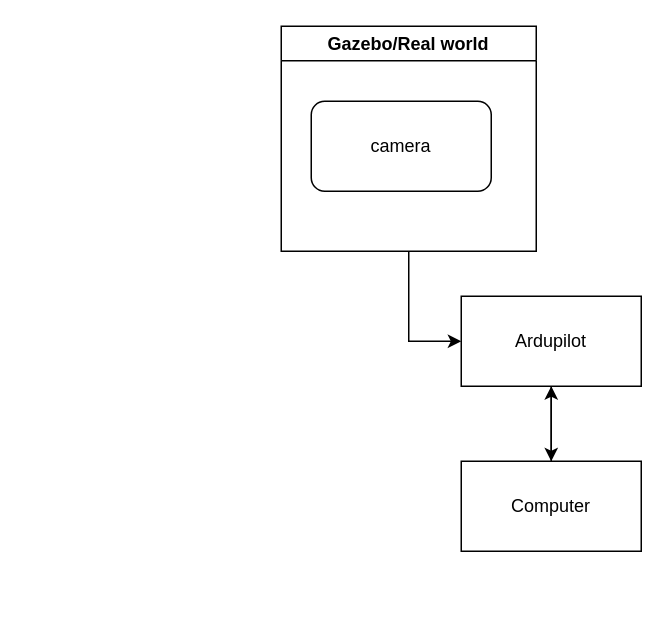
chngdickson/ardupilot_ros2_gazebo_garden keeps this draw.io diagram as src/tutorial_2/HardwareSetup.drawio. Above is the earlier version. Source tidied: cells renumbered, new cells numbered last; positions are measured from the earlier drawing's top-left corner, leaving out a move shared by most shapes. Both pictures are drawn from the tidied source at 150%, with x=0, y=0 at pixel (280, 26).
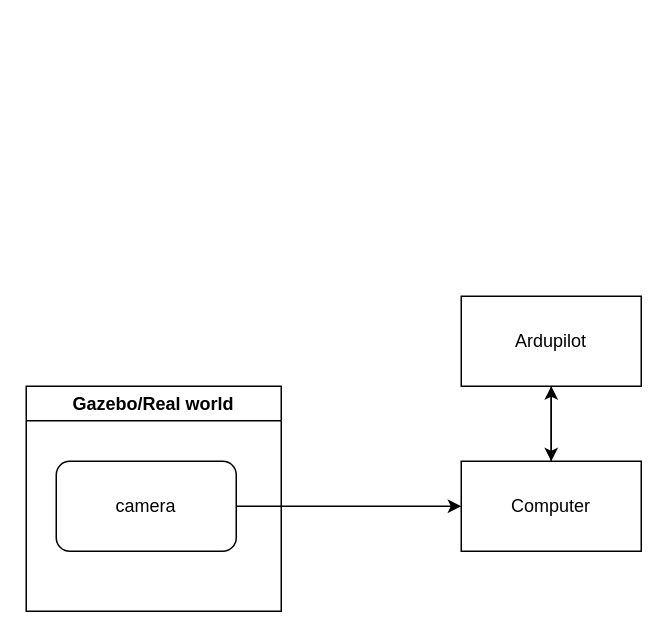
The same diagram, later.

Diff of the diagram source:
```diff
@@
 <mxGraphModel>
   <root>
     <mxCell id="0" />
     <mxCell id="1" parent="0" />
     <mxCell id="2" style="edgeStyle=orthogonalEdgeStyle;rounded=0;jettySize=auto;html=1;entryX=0.5;entryY=1;entryDx=0;entryDy=0;" parent="1" edge="1" source="3" target="5">
       <mxGeometry relative="1" as="geometry" />
     </mxCell>
     <mxCell id="3" value="Computer" style="rounded=0;whiteSpace=wrap;html=1;" parent="1" vertex="1">
       <mxGeometry x="120" y="290" width="120" height="60" as="geometry" />
     </mxCell>
     <mxCell id="4" style="edgeStyle=orthogonalEdgeStyle;rounded=0;jettySize=auto;html=1;entryX=0.5;entryY=0;entryDx=0;entryDy=0;" parent="1" edge="1" source="5" target="3">
       <mxGeometry relative="1" as="geometry" />
     </mxCell>
     <mxCell id="5" value="Ardupilot" style="rounded=0;whiteSpace=wrap;html=1;" parent="1" vertex="1">
       <mxGeometry x="120" y="180" width="120" height="60" as="geometry" />
     </mxCell>
-    <mxCell id="6" style="edgeStyle=orthogonalEdgeStyle;rounded=0;jettySize=auto;html=1;exitX=0.5;exitY=1;exitDx=0;exitDy=0;entryX=0;entryY=0.5;entryDx=0;entryDy=0;" parent="1" edge="1" source="7" target="5">
-      <mxGeometry relative="1" as="geometry" />
-    </mxCell>
     <mxCell id="7" value="Gazebo/Real world" style="swimlane;whiteSpace=wrap;html=1;" parent="1" vertex="1">
-      <mxGeometry width="170" height="150" as="geometry" />
+      <mxGeometry x="-170" y="240" width="170" height="150" as="geometry" />
     </mxCell>
     <mxCell id="8" value="camera" style="rounded=1;whiteSpace=wrap;html=1;" parent="7" vertex="1">
       <mxGeometry x="20" y="50" width="120" height="60" as="geometry" />
     </mxCell>
+    <mxCell id="9" style="edgeStyle=orthogonalEdgeStyle;rounded=0;jettySize=auto;html=1;entryX=0;entryY=0.5;entryDx=0;entryDy=0;" parent="1" edge="1" source="8" target="3">
+      <mxGeometry relative="1" as="geometry" />
+    </mxCell>
   </root>
 </mxGraphModel>
```
